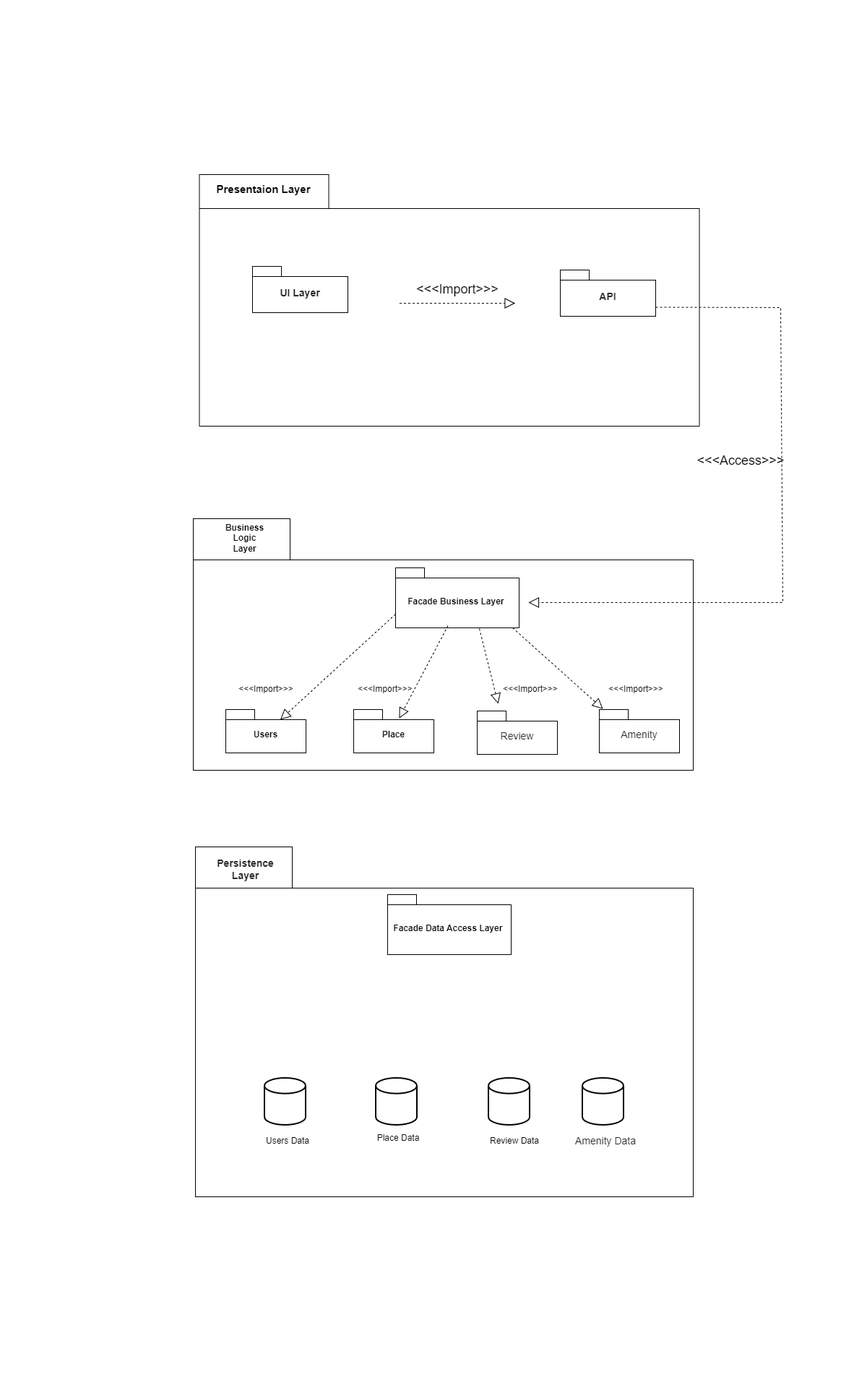
This is Package Digram.drawio.png from KMSAAO/holbertonschool-hbnb, a draw.io export, as it was before one commit. Source tidied: cells renumbered, new cells last; positions are measured from the earlier drawing's top-left corner, leaving out a move shared by most shapes.
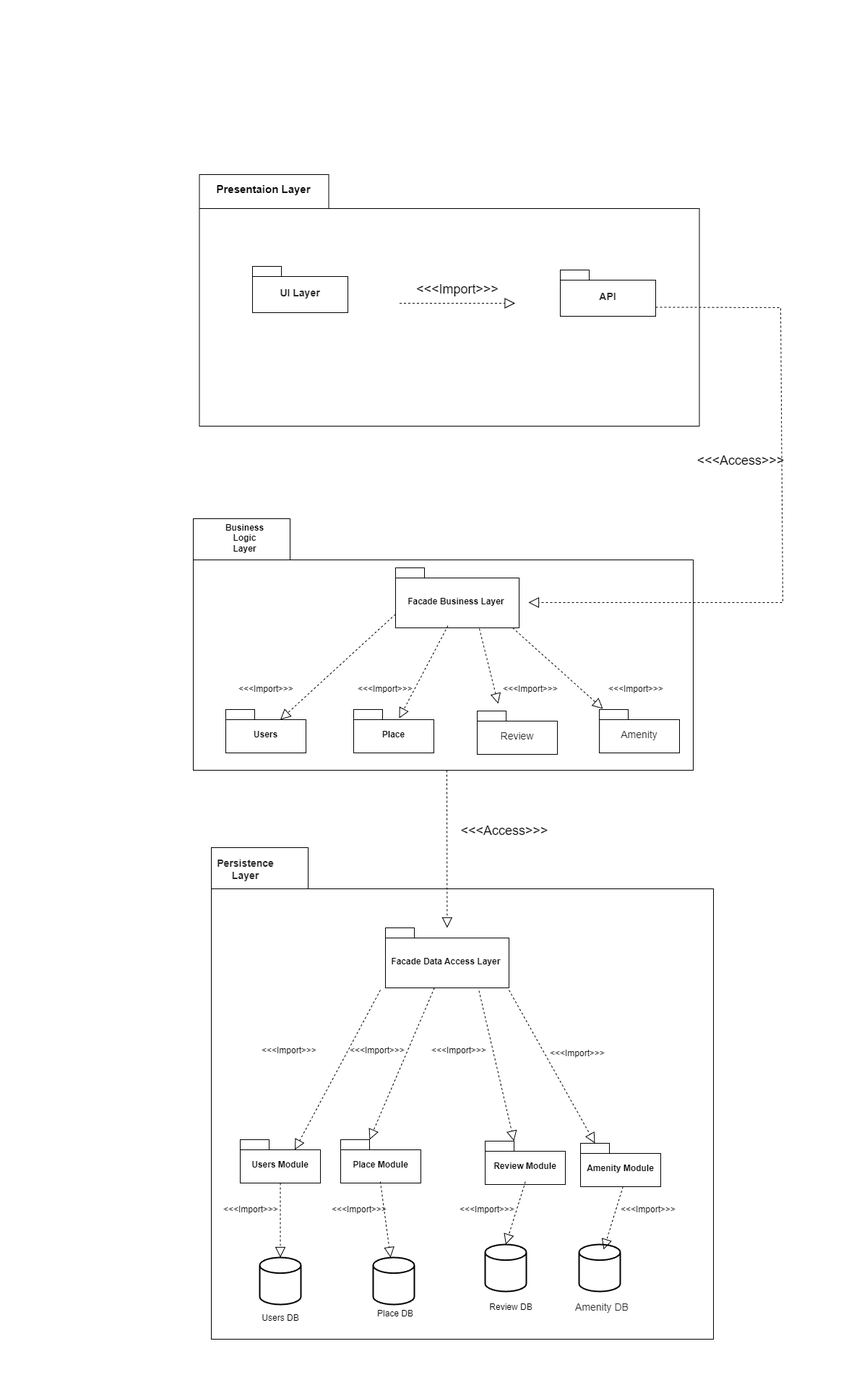
Above is the later version.

Commit message:
Added Data Layer and Releationship between them Package Digram.drawio.png

Change to the diagram source:
```diff
@@ -1,4 +1,4 @@
-<mxGraphModel background="light-dark(#FFFFFF,#FFFFFF)">
+<mxGraphModel background="light-dark(#FFFFFF,#FEFEFE)">
   <root>
     <mxCell id="0" />
     <mxCell id="1" parent="0" />
@@ -36,13 +36,13 @@
       <mxGeometry x="562" y="740" width="111" height="60" as="geometry" />
     </mxCell>
     <mxCell id="13" style="shape=folder;fontStyle=1;spacingTop=10;tabWidth=134;tabHeight=57;tabPosition=left;html=1;whiteSpace=wrap;fontColor=light-dark(#000000,#000000);gradientColor=default;strokeColor=light-dark(#000000,#000000);fillColor=none;" parent="1" vertex="1">
-      <mxGeometry x="3" y="930" width="689" height="484" as="geometry" />
+      <mxGeometry x="25" y="931" width="695" height="680" as="geometry" />
     </mxCell>
     <mxCell id="14" value="&lt;strong style=&quot;box-sizing: border-box; font-weight: bold; font-family: aktiv-grotesk, sans-serif; font-size: 14px; text-align: start; text-wrap-mode: wrap;&quot;&gt;&lt;font style=&quot;color: light-dark(rgb(41, 39, 40), rgb(0, 0, 0));&quot;&gt;Persistence Layer&lt;/font&gt;&lt;/strong&gt;" style="text;align=center;fontStyle=1;verticalAlign=middle;spacingLeft=3;spacingRight=3;html=1;fontColor=light-dark(#000000,#000000);" parent="1" vertex="1">
       <mxGeometry x="38" y="947" width="67" height="27" as="geometry" />
     </mxCell>
     <mxCell id="15" value="&lt;span&gt;&lt;font style=&quot;color: light-dark(rgb(0, 0, 0), rgb(0, 0, 0));&quot;&gt;Facade Data Access Layer&amp;nbsp;&lt;/font&gt;&lt;/span&gt;" style="shape=folder;fontStyle=1;spacingTop=10;tabWidth=40;tabHeight=14;tabPosition=left;html=1;whiteSpace=wrap;strokeColor=light-dark(#000000,#000000);fillColor=none;" parent="1" vertex="1">
-      <mxGeometry x="269" y="996" width="171" height="83" as="geometry" />
+      <mxGeometry x="266" y="1042" width="171" height="83" as="geometry" />
     </mxCell>
     <mxCell id="16" style="endArrow=block;dashed=1;endFill=0;endSize=12;html=1;rounded=0;strokeColor=light-dark(#000000,#010101);fontSize=16;" parent="1" edge="1">
       <mxGeometry relative="1" as="geometry">
@@ -100,28 +100,115 @@
       </mxGeometry>
     </mxCell>
     <mxCell id="28" style="strokeWidth=2;html=1;shape=mxgraph.flowchart.database;whiteSpace=wrap;fontColor=light-dark(#FFFFFF,#FFFFFF);labelPosition=left;verticalLabelPosition=middle;align=right;verticalAlign=middle;textDirection=ltr;fillColor=light-dark(#FFFFFF,#FFFFFF);strokeColor=light-dark(#000000,#000000);" parent="1" vertex="1">
-      <mxGeometry x="99" y="1250" width="57" height="65" as="geometry" />
+      <mxGeometry x="92" y="1498" width="57" height="65" as="geometry" />
     </mxCell>
-    <mxCell id="29" value="&lt;font style=&quot;&quot; face=&quot;Helvetica&quot;&gt;Users Data&lt;/font&gt;" style="whiteSpace=wrap;html=1;fillColor=none;fontColor=light-dark(#000000,#000000);strokeColor=none;fontFamily=Verdana;" parent="1" vertex="1">
-      <mxGeometry x="79" y="1313" width="104" height="48" as="geometry" />
+    <mxCell id="29" value="&lt;font style=&quot;&quot; face=&quot;Helvetica&quot;&gt;Users DB&lt;/font&gt;" style="whiteSpace=wrap;html=1;fillColor=none;fontColor=light-dark(#000000,#000000);strokeColor=none;fontFamily=Verdana;" parent="1" vertex="1">
+      <mxGeometry x="68.5" y="1558" width="104" height="48" as="geometry" />
     </mxCell>
     <mxCell id="30" style="strokeWidth=2;html=1;shape=mxgraph.flowchart.database;whiteSpace=wrap;fontColor=light-dark(#FFFFFF,#FFFFFF);labelPosition=left;verticalLabelPosition=middle;align=right;verticalAlign=middle;textDirection=ltr;fillColor=light-dark(#FFFFFF,#FFFFFF);strokeColor=light-dark(#000000,#000000);" parent="1" vertex="1">
-      <mxGeometry x="253" y="1250" width="57" height="65" as="geometry" />
+      <mxGeometry x="249" y="1498" width="57" height="65" as="geometry" />
     </mxCell>
     <mxCell id="31" style="strokeWidth=2;html=1;shape=mxgraph.flowchart.database;whiteSpace=wrap;fontColor=light-dark(#FFFFFF,#FFFFFF);labelPosition=left;verticalLabelPosition=middle;align=right;verticalAlign=middle;textDirection=ltr;fillColor=light-dark(#FFFFFF,#FFFFFF);strokeColor=light-dark(#000000,#000000);" parent="1" vertex="1">
-      <mxGeometry x="409" y="1250" width="57" height="65" as="geometry" />
+      <mxGeometry x="404" y="1480" width="57" height="65" as="geometry" />
     </mxCell>
     <mxCell id="32" style="strokeWidth=2;html=1;shape=mxgraph.flowchart.database;whiteSpace=wrap;fontColor=light-dark(#FFFFFF,#FFFFFF);labelPosition=left;verticalLabelPosition=middle;align=right;verticalAlign=middle;textDirection=ltr;fillColor=light-dark(#FFFFFF,#FFFFFF);strokeColor=light-dark(#000000,#000000);" parent="1" vertex="1">
-      <mxGeometry x="539" y="1250" width="57" height="65" as="geometry" />
+      <mxGeometry x="534" y="1480" width="57" height="65" as="geometry" />
     </mxCell>
-    <mxCell id="33" value="&lt;font style=&quot;&quot; face=&quot;Helvetica&quot;&gt;Place Data&lt;/font&gt;" style="whiteSpace=wrap;html=1;fillColor=none;fontColor=light-dark(#000000,#000000);strokeColor=none;fontFamily=Verdana;" parent="1" vertex="1">
-      <mxGeometry x="231.5" y="1315" width="104" height="36" as="geometry" />
+    <mxCell id="33" value="&lt;font style=&quot;&quot; face=&quot;Helvetica&quot;&gt;Place DB&lt;/font&gt;" style="whiteSpace=wrap;html=1;fillColor=none;fontColor=light-dark(#000000,#000000);strokeColor=none;fontFamily=Verdana;" parent="1" vertex="1">
+      <mxGeometry x="228" y="1558" width="104" height="36" as="geometry" />
     </mxCell>
-    <mxCell id="34" value="&lt;font style=&quot;&quot; face=&quot;Helvetica&quot;&gt;Review Data&lt;/font&gt;" style="whiteSpace=wrap;html=1;fillColor=none;fontColor=light-dark(#000000,#000000);strokeColor=none;fontFamily=Verdana;" parent="1" vertex="1">
-      <mxGeometry x="393" y="1319" width="104" height="36" as="geometry" />
+    <mxCell id="34" value="&lt;font style=&quot;&quot; face=&quot;Helvetica&quot;&gt;Review DB&lt;/font&gt;" style="whiteSpace=wrap;html=1;fillColor=none;fontColor=light-dark(#000000,#000000);strokeColor=none;fontFamily=Verdana;" parent="1" vertex="1">
+      <mxGeometry x="388" y="1549" width="104" height="36" as="geometry" />
     </mxCell>
-    <mxCell id="35" value="&lt;span style=&quot;font-family: aktiv-grotesk, sans-serif; font-size: 14px; text-align: start;&quot;&gt;&lt;font style=&quot;color: light-dark(rgb(41, 39, 40), rgb(1, 1, 1));&quot;&gt;Amenity Data&lt;/font&gt;&lt;/span&gt;" style="whiteSpace=wrap;html=1;fillColor=none;fontColor=light-dark(#000000,#000000);strokeColor=none;fontFamily=Verdana;" parent="1" vertex="1">
-      <mxGeometry x="519" y="1319" width="104" height="36" as="geometry" />
+    <mxCell id="35" value="&lt;span style=&quot;font-family: aktiv-grotesk, sans-serif; font-size: 14px; text-align: start;&quot;&gt;&lt;font style=&quot;color: light-dark(rgb(41, 39, 40), rgb(1, 1, 1));&quot;&gt;Amenity DB&lt;/font&gt;&lt;/span&gt;" style="whiteSpace=wrap;html=1;fillColor=none;fontColor=light-dark(#000000,#000000);strokeColor=none;fontFamily=Verdana;" parent="1" vertex="1">
+      <mxGeometry x="514" y="1549" width="104" height="36" as="geometry" />
     </mxCell>
+    <mxCell id="36" style="endArrow=block;dashed=1;endFill=0;endSize=12;html=1;rounded=0;fontColor=light-dark(#000000,#000000);strokeColor=light-dark(#000000,#000000);entryX=0;entryY=0;entryDx=75.5;entryDy=14;entryPerimeter=0;" parent="1" edge="1" target="46">
+      <mxGeometry relative="1" as="geometry">
+        <mxPoint x="259" y="1128" as="sourcePoint" />
+      </mxGeometry>
+    </mxCell>
+    <mxCell id="37" style="endArrow=block;dashed=1;endFill=0;endSize=12;html=1;rounded=0;fontColor=light-dark(#000000,#000000);strokeColor=light-dark(#000000,#000000);entryX=0;entryY=0;entryDx=40;entryDy=0;entryPerimeter=0;" parent="1" edge="1" source="15" target="48">
+      <mxGeometry relative="1" as="geometry" />
+    </mxCell>
+    <mxCell id="38" style="endArrow=block;dashed=1;endFill=0;endSize=12;html=1;rounded=0;fontColor=light-dark(#000000,#000000);strokeColor=light-dark(#000000,#000000);entryX=0;entryY=0;entryDx=20;entryDy=0;entryPerimeter=0;" parent="1" edge="1" target="47">
+      <mxGeometry relative="1" as="geometry">
+        <mxPoint x="437" y="1128" as="sourcePoint" />
+      </mxGeometry>
+    </mxCell>
+    <mxCell id="39" style="endArrow=block;dashed=1;endFill=0;endSize=12;html=1;rounded=0;fontColor=light-dark(#000000,#000000);strokeColor=light-dark(#000000,#000000);entryX=0;entryY=0;entryDx=40;entryDy=0;entryPerimeter=0;" parent="1" edge="1" target="49">
+      <mxGeometry relative="1" as="geometry">
+        <mxPoint x="395.5" y="1129" as="sourcePoint" />
+      </mxGeometry>
+    </mxCell>
+    <mxCell id="40" value="&amp;lt;&amp;lt;&amp;lt;Import&amp;gt;&amp;gt;&amp;gt;" style="text;html=1;whiteSpace=wrap;strokeColor=none;fillColor=none;align=center;verticalAlign=middle;rounded=0;fontColor=light-dark(#000000,#000000);fontSize=12;" parent="1" vertex="1">
+      <mxGeometry x="103" y="1197" width="60" height="30" as="geometry" />
+    </mxCell>
+    <mxCell id="41" value="&amp;lt;&amp;lt;&amp;lt;Import&amp;gt;&amp;gt;&amp;gt;" style="text;html=1;whiteSpace=wrap;strokeColor=none;fillColor=none;align=center;verticalAlign=middle;rounded=0;fontColor=light-dark(#000000,#000000);fontSize=12;" parent="1" vertex="1">
+      <mxGeometry x="225" y="1197" width="60" height="30" as="geometry" />
+    </mxCell>
+    <mxCell id="42" value="&amp;lt;&amp;lt;&amp;lt;Import&amp;gt;&amp;gt;&amp;gt;" style="text;html=1;whiteSpace=wrap;strokeColor=none;fillColor=none;align=center;verticalAlign=middle;rounded=0;fontColor=light-dark(#000000,#000000);fontSize=12;" parent="1" vertex="1">
+      <mxGeometry x="338" y="1197" width="60" height="30" as="geometry" />
+    </mxCell>
+    <mxCell id="43" value="&amp;lt;&amp;lt;&amp;lt;Import&amp;gt;&amp;gt;&amp;gt;" style="text;html=1;whiteSpace=wrap;strokeColor=none;fillColor=none;align=center;verticalAlign=middle;rounded=0;fontColor=light-dark(#000000,#000000);fontSize=12;" parent="1" vertex="1">
+      <mxGeometry x="502" y="1201" width="60" height="30" as="geometry" />
+    </mxCell>
+    <mxCell id="44" style="endArrow=block;dashed=1;endFill=0;endSize=12;html=1;rounded=0;fontColor=light-dark(#000000,#000000);strokeColor=light-dark(#000000,#000000);" parent="1" edge="1" target="15">
+      <mxGeometry relative="1" as="geometry">
+        <mxPoint x="351" y="824" as="sourcePoint" />
+      </mxGeometry>
+    </mxCell>
+    <mxCell id="45" value="&amp;lt;&amp;lt;&amp;lt;Access&amp;gt;&amp;gt;&amp;gt;" style="text;html=1;whiteSpace=wrap;strokeColor=none;fillColor=none;align=center;verticalAlign=middle;rounded=0;fontColor=light-dark(#000000,#000000);fontSize=18;" parent="1" vertex="1">
+      <mxGeometry x="401" y="893" width="60" height="30" as="geometry" />
+    </mxCell>
+    <mxCell id="46" value="&lt;font style=&quot;color: light-dark(rgb(0, 0, 0), rgb(0, 0, 0));&quot;&gt;Users Module&lt;/font&gt;" style="shape=folder;fontStyle=1;spacingTop=10;tabWidth=40;tabHeight=14;tabPosition=left;html=1;whiteSpace=wrap;strokeColor=light-dark(#000000,#000000);fillColor=none;" parent="1" vertex="1">
+      <mxGeometry x="65" y="1335" width="111" height="60" as="geometry" />
+    </mxCell>
+    <mxCell id="47" value="&lt;font style=&quot;color: light-dark(rgb(0, 0, 0), rgb(0, 0, 0));&quot;&gt;Amenity Module&lt;/font&gt;" style="shape=folder;fontStyle=1;spacingTop=10;tabWidth=40;tabHeight=14;tabPosition=left;html=1;whiteSpace=wrap;strokeColor=light-dark(#000000,#000000);fillColor=none;" parent="1" vertex="1">
+      <mxGeometry x="536" y="1340" width="111" height="60" as="geometry" />
+    </mxCell>
+    <mxCell id="48" value="&lt;font style=&quot;color: light-dark(rgb(0, 0, 0), rgb(0, 0, 0));&quot;&gt;Place Module&lt;/font&gt;" style="shape=folder;fontStyle=1;spacingTop=10;tabWidth=40;tabHeight=14;tabPosition=left;html=1;whiteSpace=wrap;strokeColor=light-dark(#000000,#000000);fillColor=none;" parent="1" vertex="1">
+      <mxGeometry x="204" y="1335" width="111" height="60" as="geometry" />
+    </mxCell>
+    <mxCell id="49" value="&lt;font style=&quot;color: light-dark(rgb(0, 0, 0), rgb(0, 0, 0));&quot;&gt;Review Module&lt;/font&gt;" style="shape=folder;fontStyle=1;spacingTop=10;tabWidth=40;tabHeight=14;tabPosition=left;html=1;whiteSpace=wrap;strokeColor=light-dark(#000000,#000000);fillColor=none;" parent="1" vertex="1">
+      <mxGeometry x="404" y="1337" width="111" height="60" as="geometry" />
+    </mxCell>
+    <mxCell id="50" style="edgeStyle=orthogonalEdgeStyle;rounded=0;orthogonalLoop=1;jettySize=auto;html=1;exitX=0.5;exitY=1;exitDx=0;exitDy=0;exitPerimeter=0;" parent="1" edge="1" source="47" target="47">
+      <mxGeometry relative="1" as="geometry" />
+    </mxCell>
+    <mxCell id="51" value="&amp;lt;&amp;lt;&amp;lt;Import&amp;gt;&amp;gt;&amp;gt;" style="text;html=1;whiteSpace=wrap;strokeColor=none;fillColor=none;align=center;verticalAlign=middle;rounded=0;fontColor=light-dark(#000000,#000000);fontSize=12;" parent="1" vertex="1">
+      <mxGeometry x="50" y="1417" width="60" height="30" as="geometry" />
+    </mxCell>
+    <mxCell id="52" value="&amp;lt;&amp;lt;&amp;lt;Import&amp;gt;&amp;gt;&amp;gt;" style="text;html=1;whiteSpace=wrap;strokeColor=none;fillColor=none;align=center;verticalAlign=middle;rounded=0;fontColor=light-dark(#000000,#000000);fontSize=12;" parent="1" vertex="1">
+      <mxGeometry x="200" y="1417" width="60" height="30" as="geometry" />
+    </mxCell>
+    <mxCell id="53" value="&amp;lt;&amp;lt;&amp;lt;Import&amp;gt;&amp;gt;&amp;gt;" style="text;html=1;whiteSpace=wrap;strokeColor=none;fillColor=none;align=center;verticalAlign=middle;rounded=0;fontColor=light-dark(#000000,#000000);fontSize=12;" parent="1" vertex="1">
+      <mxGeometry x="377" y="1417" width="60" height="30" as="geometry" />
+    </mxCell>
+    <mxCell id="54" style="endArrow=block;dashed=1;endFill=0;endSize=12;html=1;rounded=0;fontColor=light-dark(#000000,#000000);strokeColor=light-dark(#000000,#000000);entryX=0.5;entryY=0;entryDx=0;entryDy=0;entryPerimeter=0;exitX=0.5;exitY=1;exitDx=0;exitDy=0;exitPerimeter=0;" parent="1" edge="1" source="46" target="28">
+      <mxGeometry relative="1" as="geometry" />
+    </mxCell>
+    <mxCell id="55" style="endArrow=block;dashed=1;endFill=0;endSize=12;html=1;rounded=0;fontColor=light-dark(#000000,#000000);strokeColor=light-dark(#000000,#000000);exitX=0.5;exitY=1;exitDx=0;exitDy=0;exitPerimeter=0;" parent="1" edge="1" target="30">
+      <mxGeometry relative="1" as="geometry">
+        <mxPoint x="258.9" y="1393" as="sourcePoint" />
+      </mxGeometry>
+    </mxCell>
+    <mxCell id="56" style="edgeStyle=orthogonalEdgeStyle;rounded=0;orthogonalLoop=1;jettySize=auto;html=1;exitX=0.5;exitY=1;exitDx=0;exitDy=0;" parent="1" edge="1" source="52" target="52">
+      <mxGeometry relative="1" as="geometry" />
+    </mxCell>
+    <mxCell id="57" style="endArrow=block;dashed=1;endFill=0;endSize=12;html=1;rounded=0;fontColor=light-dark(#000000,#000000);strokeColor=light-dark(#000000,#000000);entryX=0.5;entryY=0;entryDx=0;entryDy=0;entryPerimeter=0;exitX=0.5;exitY=1;exitDx=0;exitDy=0;exitPerimeter=0;" parent="1" edge="1" target="31">
+      <mxGeometry relative="1" as="geometry">
+        <mxPoint x="459.8" y="1393" as="sourcePoint" />
+      </mxGeometry>
+    </mxCell>
+    <mxCell id="58" value="&amp;lt;&amp;lt;&amp;lt;Import&amp;gt;&amp;gt;&amp;gt;" style="text;html=1;whiteSpace=wrap;strokeColor=none;fillColor=none;align=center;verticalAlign=middle;rounded=0;fontColor=light-dark(#000000,#000000);fontSize=12;" parent="1" vertex="1">
+      <mxGeometry x="600" y="1417" width="60" height="30" as="geometry" />
+    </mxCell>
+    <mxCell id="59" style="endArrow=block;dashed=1;endFill=0;endSize=12;html=1;rounded=0;fontColor=light-dark(#000000,#000000);strokeColor=light-dark(#000000,#000000);exitX=0.5;exitY=1;exitDx=0;exitDy=0;exitPerimeter=0;" parent="1" edge="1">
+      <mxGeometry relative="1" as="geometry">
+        <mxPoint x="594.8" y="1400" as="sourcePoint" />
+        <mxPoint x="568" y="1487" as="targetPoint" />
+      </mxGeometry>
+    </mxCell>
   </root>
 </mxGraphModel>
```
